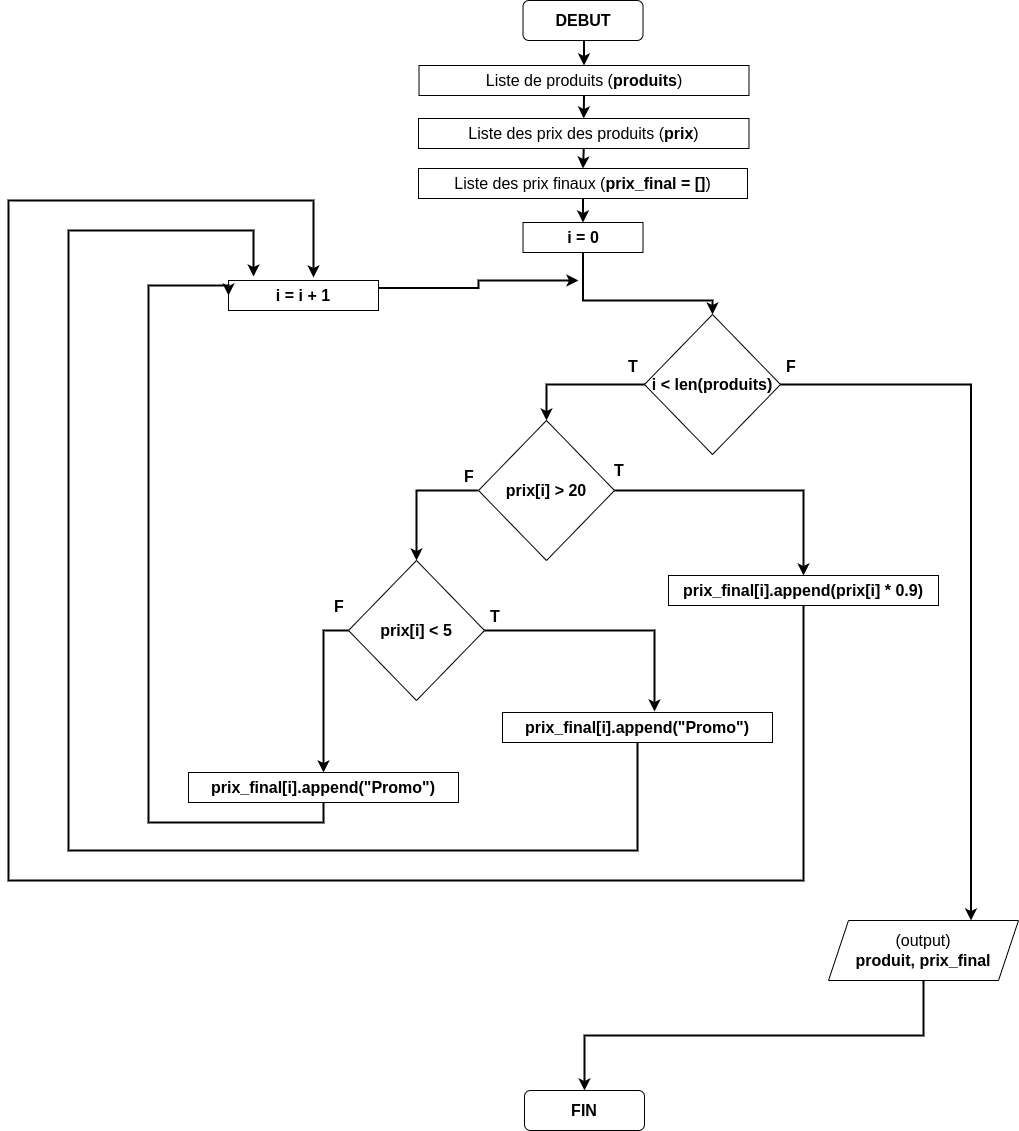
Above: 1M/prog/revisions/images/prix-promo.png in vkeller/modulo-gybe (draw.io), before the change. Source tidied: cells renumbered, new cells last; positions are measured from the earlier drawing's top-left corner, leaving out a move shared by most shapes. The source it was exported from:
```xml
<mxGraphModel>
  <root>
    <mxCell id="0" />
    <mxCell id="1" parent="0" />
    <mxCell id="2" style="edgeStyle=orthogonalEdgeStyle;rounded=0;jettySize=auto;html=1;exitX=0.5;exitY=1;exitDx=0;exitDy=0;entryX=0.5;entryY=0;entryDx=0;entryDy=0;strokeWidth=2;fontSize=16;" parent="1" edge="1" source="3" target="15">
      <mxGeometry relative="1" as="geometry" />
    </mxCell>
    <mxCell id="3" value="&lt;font style=&quot;font-size: 16px;&quot;&gt;&lt;b&gt;DEBUT&lt;/b&gt;&lt;/font&gt;" style="rounded=1;whiteSpace=wrap;html=1;" parent="1" vertex="1">
      <mxGeometry x="514.5" width="120" height="40" as="geometry" />
    </mxCell>
    <mxCell id="4" style="edgeStyle=orthogonalEdgeStyle;rounded=0;jettySize=auto;html=1;exitX=0.5;exitY=1;exitDx=0;exitDy=0;strokeWidth=2;fontSize=16;" parent="1" edge="1" source="5" target="8">
      <mxGeometry relative="1" as="geometry">
        <Array as="points">
          <mxPoint x="575" y="300" />
          <mxPoint x="704" y="300" />
        </Array>
      </mxGeometry>
    </mxCell>
    <mxCell id="5" value="&lt;b&gt;i = 0&lt;/b&gt;" style="rounded=0;whiteSpace=wrap;html=1;fontSize=16;" parent="1" vertex="1">
      <mxGeometry x="514.5" y="222" width="120" height="30" as="geometry" />
    </mxCell>
    <mxCell id="6" style="edgeStyle=orthogonalEdgeStyle;rounded=0;jettySize=auto;html=1;exitX=0;exitY=0.5;exitDx=0;exitDy=0;entryX=0.5;entryY=0;entryDx=0;entryDy=0;strokeWidth=2;fontSize=16;" parent="1" edge="1" source="8" target="20">
      <mxGeometry relative="1" as="geometry" />
    </mxCell>
    <mxCell id="7" style="edgeStyle=orthogonalEdgeStyle;rounded=0;jettySize=auto;html=1;exitX=1;exitY=0.5;exitDx=0;exitDy=0;entryX=0.75;entryY=0;entryDx=0;entryDy=0;strokeWidth=2;fontSize=16;" parent="1" edge="1" source="8" target="11">
      <mxGeometry relative="1" as="geometry" />
    </mxCell>
    <mxCell id="8" value="&lt;b&gt;i &amp;lt; len(produits)&lt;/b&gt;" style="rhombus;whiteSpace=wrap;html=1;fontSize=16;" parent="1" vertex="1">
      <mxGeometry x="636" y="314" width="136" height="140" as="geometry" />
    </mxCell>
    <mxCell id="9" value="&lt;font style=&quot;font-size: 16px;&quot;&gt;&lt;b&gt;FIN&lt;/b&gt;&lt;/font&gt;" style="rounded=1;whiteSpace=wrap;html=1;" parent="1" vertex="1">
      <mxGeometry x="516" y="1090" width="120" height="40" as="geometry" />
    </mxCell>
    <mxCell id="10" style="edgeStyle=orthogonalEdgeStyle;rounded=0;jettySize=auto;html=1;exitX=0.5;exitY=1;exitDx=0;exitDy=0;entryX=0.5;entryY=0;entryDx=0;entryDy=0;strokeWidth=2;fontSize=16;" parent="1" edge="1" source="11" target="9">
      <mxGeometry relative="1" as="geometry" />
    </mxCell>
    <mxCell id="11" value="(output)&lt;br&gt;&lt;b&gt;produit, prix_final&lt;/b&gt;" style="shape=parallelogram;perimeter=parallelogramPerimeter;whiteSpace=wrap;html=1;fixedSize=1;fontSize=16;" parent="1" vertex="1">
      <mxGeometry x="820" y="920" width="190" height="60" as="geometry" />
    </mxCell>
    <mxCell id="12" style="edgeStyle=orthogonalEdgeStyle;rounded=0;jettySize=auto;html=1;exitX=1;exitY=0.25;exitDx=0;exitDy=0;strokeWidth=2;fontSize=16;" parent="1" edge="1" source="13">
      <mxGeometry relative="1" as="geometry">
        <mxPoint x="570" y="280" as="targetPoint" />
      </mxGeometry>
    </mxCell>
    <mxCell id="13" value="&lt;b&gt;i = i + 1&lt;/b&gt;" style="rounded=0;whiteSpace=wrap;html=1;fontSize=16;" parent="1" vertex="1">
      <mxGeometry x="220" y="280" width="150" height="30" as="geometry" />
    </mxCell>
    <mxCell id="14" style="edgeStyle=orthogonalEdgeStyle;rounded=0;jettySize=auto;html=1;exitX=0.5;exitY=1;exitDx=0;exitDy=0;entryX=0.5;entryY=0;entryDx=0;entryDy=0;fontSize=16;strokeWidth=2;" parent="1" edge="1" source="15" target="17">
      <mxGeometry relative="1" as="geometry" />
    </mxCell>
    <mxCell id="15" value="&lt;font style=&quot;font-size: 16px;&quot;&gt;Liste de produits&lt;b&gt; &lt;/b&gt;(&lt;b&gt;produits&lt;/b&gt;)&lt;/font&gt;" style="rounded=0;whiteSpace=wrap;html=1;" parent="1" vertex="1">
      <mxGeometry x="410.5" y="65" width="330" height="30" as="geometry" />
    </mxCell>
    <mxCell id="16" style="edgeStyle=orthogonalEdgeStyle;rounded=0;jettySize=auto;html=1;exitX=0.5;exitY=1;exitDx=0;exitDy=0;entryX=0.5;entryY=0;entryDx=0;entryDy=0;strokeWidth=2;fontSize=16;" parent="1" edge="1" source="17" target="22">
      <mxGeometry relative="1" as="geometry" />
    </mxCell>
    <mxCell id="17" value="&lt;font style=&quot;font-size: 16px;&quot;&gt;Liste des prix des produits (&lt;b&gt;prix&lt;/b&gt;)&lt;/font&gt;" style="rounded=0;whiteSpace=wrap;html=1;" parent="1" vertex="1">
      <mxGeometry x="410" y="118" width="330.5" height="30" as="geometry" />
    </mxCell>
    <mxCell id="18" style="edgeStyle=orthogonalEdgeStyle;rounded=0;jettySize=auto;html=1;exitX=1;exitY=0.5;exitDx=0;exitDy=0;strokeWidth=2;fontSize=16;" parent="1" edge="1" source="20" target="24">
      <mxGeometry relative="1" as="geometry" />
    </mxCell>
    <mxCell id="19" style="edgeStyle=orthogonalEdgeStyle;rounded=0;jettySize=auto;html=1;exitX=0;exitY=0.5;exitDx=0;exitDy=0;entryX=0.5;entryY=0;entryDx=0;entryDy=0;strokeWidth=2;fontSize=16;" parent="1" edge="1" source="20" target="27">
      <mxGeometry relative="1" as="geometry" />
    </mxCell>
    <mxCell id="20" value="&lt;b&gt;prix[i] &amp;gt; 20&lt;/b&gt;" style="rhombus;whiteSpace=wrap;html=1;fontSize=16;" parent="1" vertex="1">
      <mxGeometry x="470" y="420" width="136" height="140" as="geometry" />
    </mxCell>
    <mxCell id="21" style="edgeStyle=orthogonalEdgeStyle;rounded=0;jettySize=auto;html=1;exitX=0.5;exitY=1;exitDx=0;exitDy=0;entryX=0.5;entryY=0;entryDx=0;entryDy=0;strokeWidth=2;fontSize=16;" parent="1" edge="1" source="22" target="5">
      <mxGeometry relative="1" as="geometry" />
    </mxCell>
    <mxCell id="22" value="&lt;font style=&quot;font-size: 16px;&quot;&gt;Liste des prix finaux (&lt;b&gt;prix_final = []&lt;/b&gt;)&lt;/font&gt;" style="rounded=0;whiteSpace=wrap;html=1;" parent="1" vertex="1">
      <mxGeometry x="410" y="168" width="329" height="30" as="geometry" />
    </mxCell>
    <mxCell id="23" style="edgeStyle=orthogonalEdgeStyle;rounded=0;jettySize=auto;html=1;exitX=0.5;exitY=1;exitDx=0;exitDy=0;entryX=0.567;entryY=-0.1;entryDx=0;entryDy=0;entryPerimeter=0;strokeWidth=2;fontSize=16;" parent="1" edge="1" source="24" target="13">
      <mxGeometry relative="1" as="geometry">
        <Array as="points">
          <mxPoint x="795" y="880" />
          <mxPoint y="880" />
          <mxPoint y="200" />
          <mxPoint x="305" y="200" />
        </Array>
      </mxGeometry>
    </mxCell>
    <mxCell id="24" value="&lt;b&gt;prix_final[i].append(prix[i] * 0.9)&lt;/b&gt;" style="rounded=0;whiteSpace=wrap;html=1;fontSize=16;" parent="1" vertex="1">
      <mxGeometry x="660" y="575" width="270" height="30" as="geometry" />
    </mxCell>
    <mxCell id="25" style="edgeStyle=orthogonalEdgeStyle;rounded=0;jettySize=auto;html=1;exitX=1;exitY=0.5;exitDx=0;exitDy=0;entryX=0.563;entryY=-0.033;entryDx=0;entryDy=0;entryPerimeter=0;strokeWidth=2;fontSize=16;" parent="1" edge="1" source="27" target="29">
      <mxGeometry relative="1" as="geometry" />
    </mxCell>
    <mxCell id="26" style="edgeStyle=orthogonalEdgeStyle;rounded=0;jettySize=auto;html=1;exitX=0;exitY=0.5;exitDx=0;exitDy=0;strokeWidth=2;fontSize=16;" parent="1" edge="1" source="27" target="31">
      <mxGeometry relative="1" as="geometry" />
    </mxCell>
    <mxCell id="27" value="&lt;b&gt;prix[i] &amp;lt; 5&lt;/b&gt;" style="rhombus;whiteSpace=wrap;html=1;fontSize=16;" parent="1" vertex="1">
      <mxGeometry x="340" y="560" width="136" height="140" as="geometry" />
    </mxCell>
    <mxCell id="28" style="edgeStyle=orthogonalEdgeStyle;rounded=0;jettySize=auto;html=1;exitX=0.5;exitY=1;exitDx=0;exitDy=0;strokeWidth=2;fontSize=16;entryX=0.167;entryY=-0.133;entryDx=0;entryDy=0;entryPerimeter=0;" parent="1" edge="1" source="29" target="13">
      <mxGeometry relative="1" as="geometry">
        <Array as="points">
          <mxPoint x="629" y="850" />
          <mxPoint x="60" y="850" />
          <mxPoint x="60" y="230" />
          <mxPoint x="245" y="230" />
        </Array>
      </mxGeometry>
    </mxCell>
    <mxCell id="29" value="&lt;b&gt;prix_final[i].append(&quot;Promo&quot;)&lt;/b&gt;" style="rounded=0;whiteSpace=wrap;html=1;fontSize=16;" parent="1" vertex="1">
      <mxGeometry x="494" y="712" width="270" height="30" as="geometry" />
    </mxCell>
    <mxCell id="30" style="edgeStyle=orthogonalEdgeStyle;rounded=0;jettySize=auto;html=1;exitX=0.5;exitY=1;exitDx=0;exitDy=0;entryX=0;entryY=0.5;entryDx=0;entryDy=0;strokeWidth=2;fontSize=16;" parent="1" edge="1" source="31" target="13">
      <mxGeometry relative="1" as="geometry">
        <Array as="points">
          <mxPoint x="315" y="822" />
          <mxPoint x="140" y="822" />
          <mxPoint x="140" y="285" />
        </Array>
      </mxGeometry>
    </mxCell>
    <mxCell id="31" value="&lt;b&gt;prix_final[i].append(&quot;Promo&quot;)&lt;/b&gt;" style="rounded=0;whiteSpace=wrap;html=1;fontSize=16;" parent="1" vertex="1">
      <mxGeometry x="180" y="772" width="270" height="30" as="geometry" />
    </mxCell>
    <mxCell id="32" value="T" style="text;strokeColor=none;fillColor=none;align=left;verticalAlign=middle;spacingLeft=4;spacingRight=4;overflow=hidden;fontSize=16;fontStyle=1;" parent="1" vertex="1">
      <mxGeometry x="614" y="350" width="30" height="30" as="geometry" />
    </mxCell>
    <mxCell id="33" value="F" style="text;strokeColor=none;fillColor=none;align=left;verticalAlign=middle;spacingLeft=4;spacingRight=4;overflow=hidden;fontSize=16;fontStyle=1;" parent="1" vertex="1">
      <mxGeometry x="772" y="350" width="30" height="30" as="geometry" />
    </mxCell>
    <mxCell id="34" value="T" style="text;strokeColor=none;fillColor=none;align=left;verticalAlign=middle;spacingLeft=4;spacingRight=4;overflow=hidden;fontSize=16;fontStyle=1;" parent="1" vertex="1">
      <mxGeometry x="600" y="454" width="30" height="30" as="geometry" />
    </mxCell>
    <mxCell id="35" value="F" style="text;strokeColor=none;fillColor=none;align=left;verticalAlign=middle;spacingLeft=4;spacingRight=4;overflow=hidden;fontSize=16;fontStyle=1;" parent="1" vertex="1">
      <mxGeometry x="450" y="460" width="30" height="30" as="geometry" />
    </mxCell>
    <mxCell id="36" value="F" style="text;strokeColor=none;fillColor=none;align=left;verticalAlign=middle;spacingLeft=4;spacingRight=4;overflow=hidden;fontSize=16;fontStyle=1;" parent="1" vertex="1">
      <mxGeometry x="320" y="590" width="30" height="30" as="geometry" />
    </mxCell>
    <mxCell id="37" value="T" style="text;strokeColor=none;fillColor=none;align=left;verticalAlign=middle;spacingLeft=4;spacingRight=4;overflow=hidden;fontSize=16;fontStyle=1;" parent="1" vertex="1">
      <mxGeometry x="476" y="600" width="30" height="30" as="geometry" />
    </mxCell>
  </root>
</mxGraphModel>
```
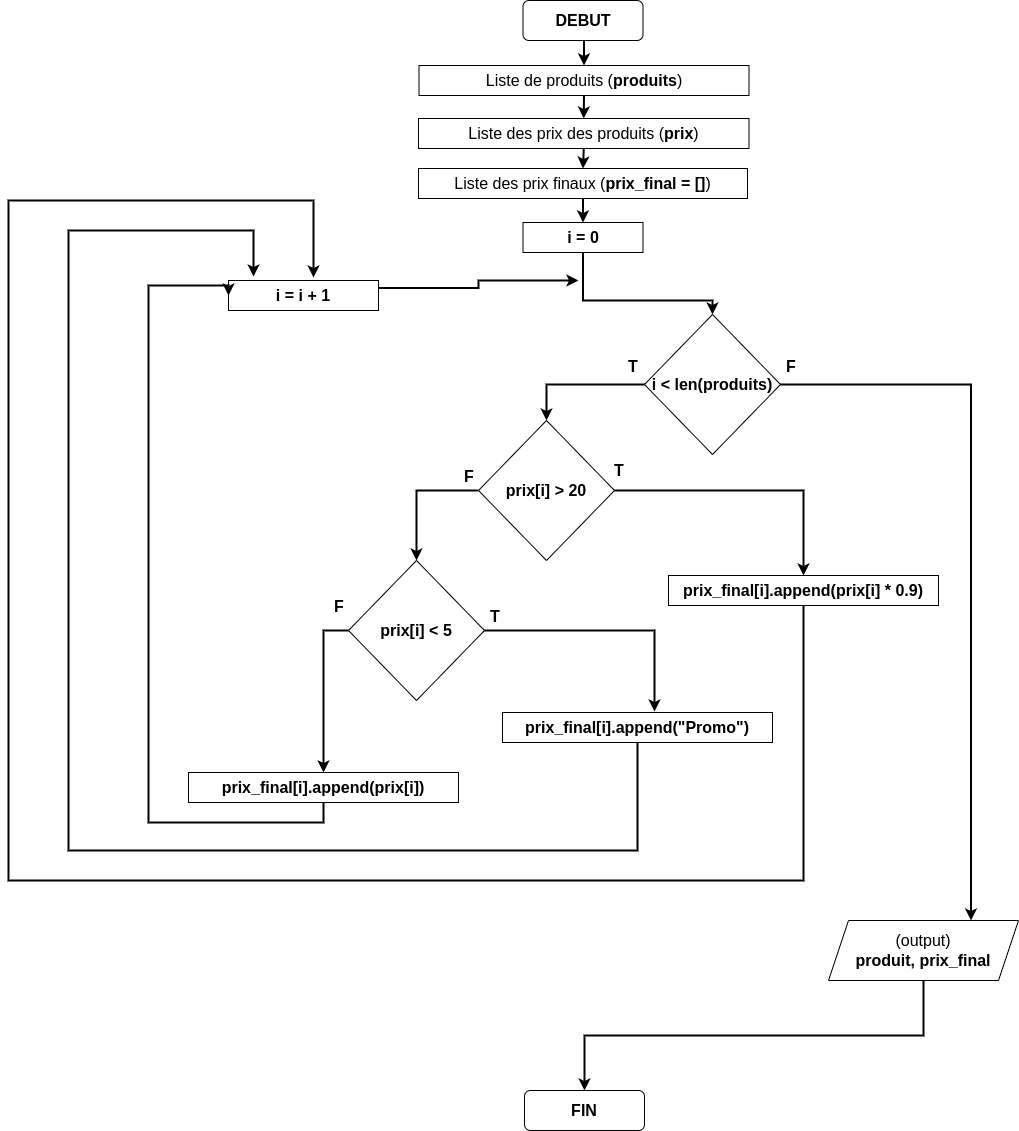
After the commit.

Commit message:
modif drawio TP1-PROG-13

What changed in the source:
```diff
@@ -116,7 +116,7 @@
         </Array>
       </mxGeometry>
     </mxCell>
-    <mxCell id="31" value="&lt;b&gt;prix_final[i].append(&quot;Promo&quot;)&lt;/b&gt;" style="rounded=0;whiteSpace=wrap;html=1;fontSize=16;" parent="1" vertex="1">
+    <mxCell id="31" value="&lt;b&gt;prix_final[i].append(prix[i])&lt;/b&gt;" style="rounded=0;whiteSpace=wrap;html=1;fontSize=16;" parent="1" vertex="1">
       <mxGeometry x="180" y="772" width="270" height="30" as="geometry" />
     </mxCell>
     <mxCell id="32" value="T" style="text;strokeColor=none;fillColor=none;align=left;verticalAlign=middle;spacingLeft=4;spacingRight=4;overflow=hidden;fontSize=16;fontStyle=1;" parent="1" vertex="1">
```
